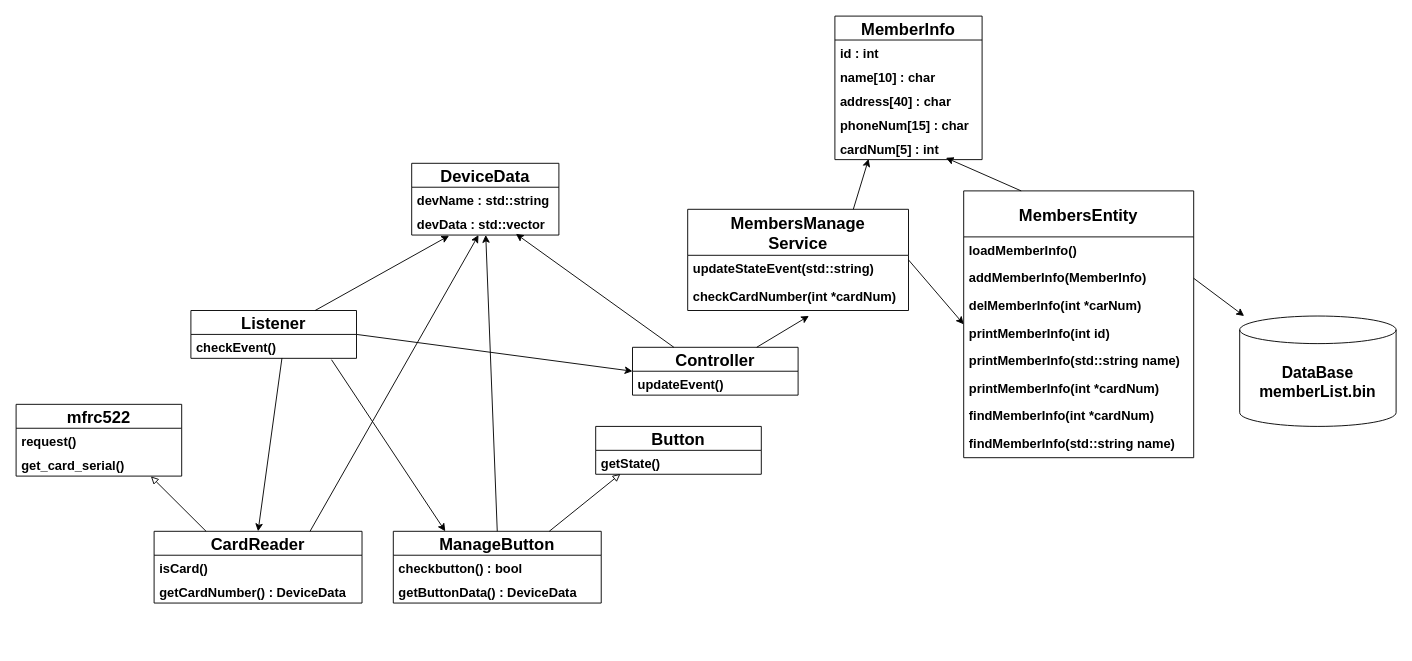
Above: sw_design/golfMembersManager_Design.drawio in muk-e/GolfMembershipManger (draw.io), before the change. Source tidied: cells renumbered, new cells numbered last; positions are measured from the earlier drawing's top-left corner, leaving out a move shared by most shapes. Both pictures are drawn from the tidied source at 92%, with x=0, y=0 at pixel (16, 16).
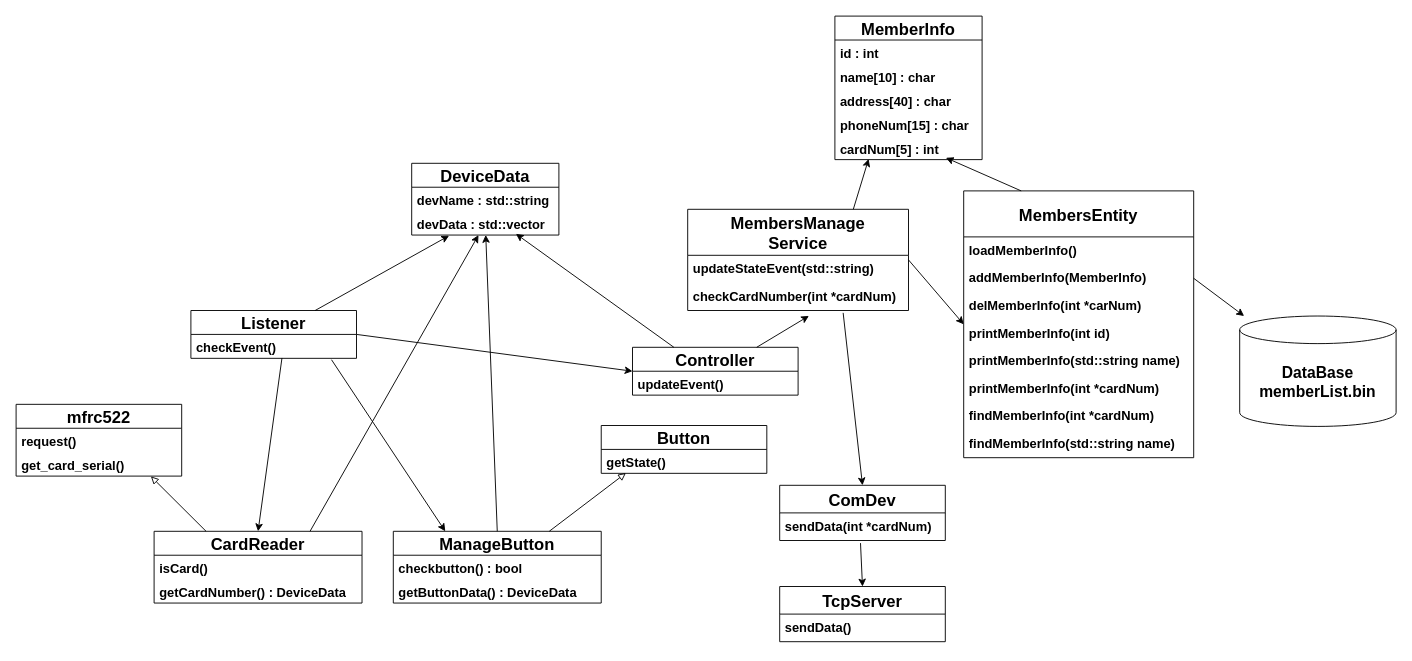
Above is the later version.

Unchanged cells that the change refers to:
```xml
<mxCell id="33" value="checkCardNumber(int *cardNum)" style="text;strokeColor=none;fillColor=none;align=left;verticalAlign=top;spacingLeft=4;spacingRight=4;overflow=hidden;points=[[0,0.5],[1,0.5]];portConstraint=eastwest;fontSize=14;fontStyle=1;" parent="31" vertex="1">
  <mxGeometry y="80" width="240" height="30" as="geometry" />
</mxCell>
```

Change to the diagram source:
```diff
@@
+    <mxCell id="53" style="edgeStyle=none;html=1;exitX=0.704;exitY=1.086;exitDx=0;exitDy=0;entryX=0.5;entryY=0;entryDx=0;entryDy=0;exitPerimeter=0;" parent="1" edge="1" source="33" target="55">
+      <mxGeometry relative="1" as="geometry" />
+    </mxCell>
@@
     <mxCell id="45" value="Button" style="swimlane;fontStyle=1;horizontal=1;startSize=26;fillColor=none;fontSize=18;" parent="1" vertex="1">
-      <mxGeometry x="630" y="446" width="180" height="52" as="geometry" />
+      <mxGeometry x="636" y="445" width="180" height="52" as="geometry" />
     </mxCell>
@@
+    <mxCell id="54" style="edgeStyle=none;html=1;exitX=0.488;exitY=1.095;exitDx=0;exitDy=0;entryX=0.5;entryY=0;entryDx=0;entryDy=0;exitPerimeter=0;" parent="1" edge="1" source="56" target="57">
+      <mxGeometry relative="1" as="geometry" />
+    </mxCell>
+    <mxCell id="55" value="ComDev" style="swimlane;fontStyle=1;horizontal=1;startSize=30;fillColor=none;fontSize=18;" parent="1" vertex="1">
+      <mxGeometry x="830" y="510" width="180" height="60" as="geometry" />
+    </mxCell>
+    <mxCell id="56" value="sendData(int *cardNum)" style="text;strokeColor=none;fillColor=none;align=left;verticalAlign=top;spacingLeft=4;spacingRight=4;overflow=hidden;points=[[0,0.5],[1,0.5]];portConstraint=eastwest;fontSize=14;fontStyle=1;" parent="55" vertex="1">
+      <mxGeometry y="30" width="180" height="30" as="geometry" />
+    </mxCell>
+    <mxCell id="57" value="TcpServer" style="swimlane;fontStyle=1;horizontal=1;startSize=30;fillColor=none;fontSize=18;" parent="1" vertex="1">
+      <mxGeometry x="830" y="620" width="180" height="60" as="geometry" />
+    </mxCell>
+    <mxCell id="58" value="sendData()" style="text;strokeColor=none;fillColor=none;align=left;verticalAlign=top;spacingLeft=4;spacingRight=4;overflow=hidden;fontSize=14;fontStyle=1;" parent="57" vertex="1">
+      <mxGeometry y="30" width="180" height="30" as="geometry" />
+    </mxCell>
```
